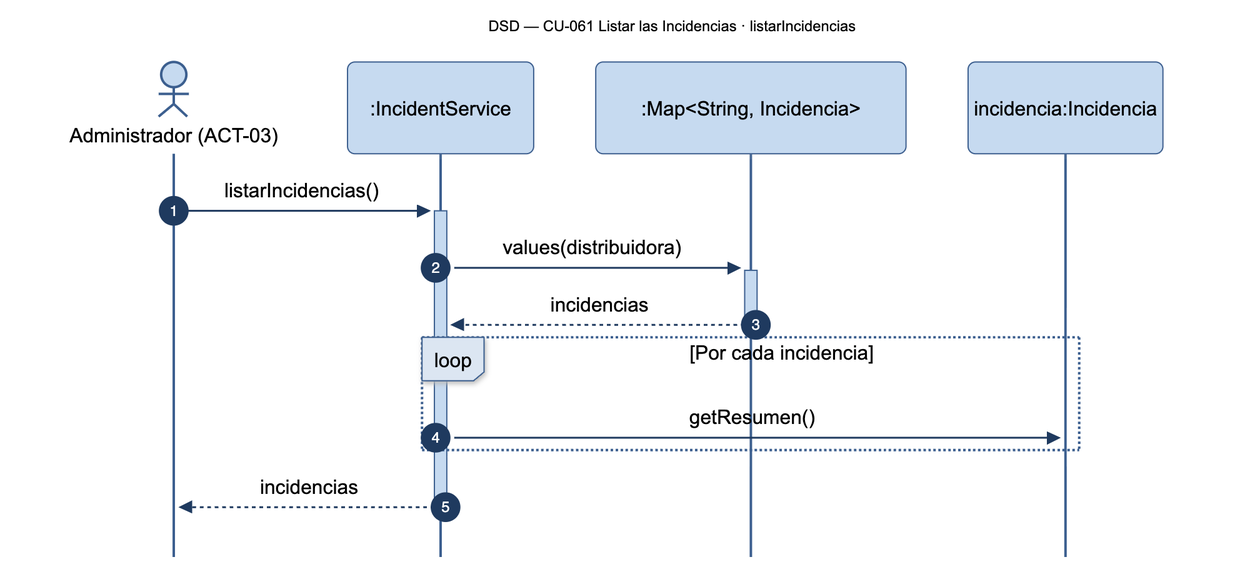
The Mermaid diagram diagramas/png/DSD_CU-061_listarIncidencias.png in Nahuelito-Dev/splg-docs, before a commit. Its source is kept beside it as diagramas/DSD_CU-061_listarIncidencias.mmd.
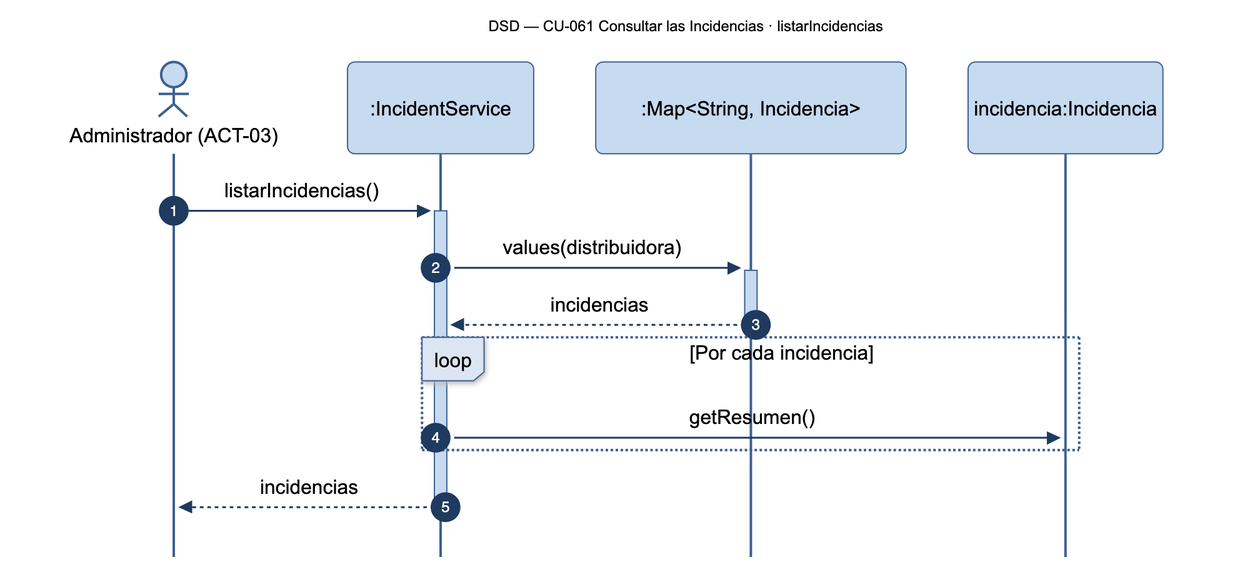
The same file after the commit.

Diff of the diagram source:
```diff
@@ -1,5 +1,5 @@
 sequenceDiagram
-    title DSD — CU-061 Listar las Incidencias · listarIncidencias
+    title DSD — CU-061 Consultar las Incidencias · listarIncidencias
     autonumber
     actor ADM as Administrador (ACT-03)
     participant SRV as :IncidentService
```
